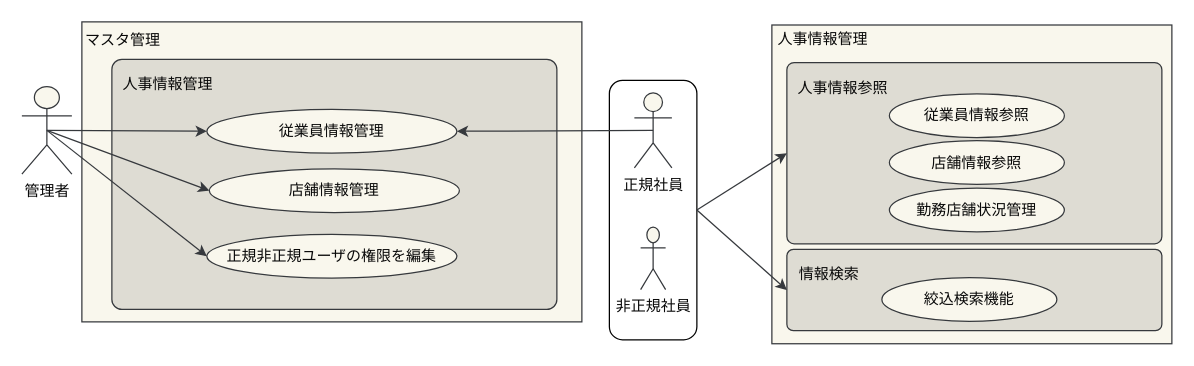
HaruShim/Sotuken keeps this draw.io diagram as page "人事管理_ユースケース図" (1 of 3) of 各種設計書/2ユースケース図_済/ユースケース図.drawio. Above is the earlier version. Source tidied: cells renumbered, new cells numbered last; positions are measured from the earlier drawing's top-left corner, leaving out a move shared by most shapes. Both pictures are drawn from the tidied source at 125%, with x=0, y=0 at pixel (21, 21).
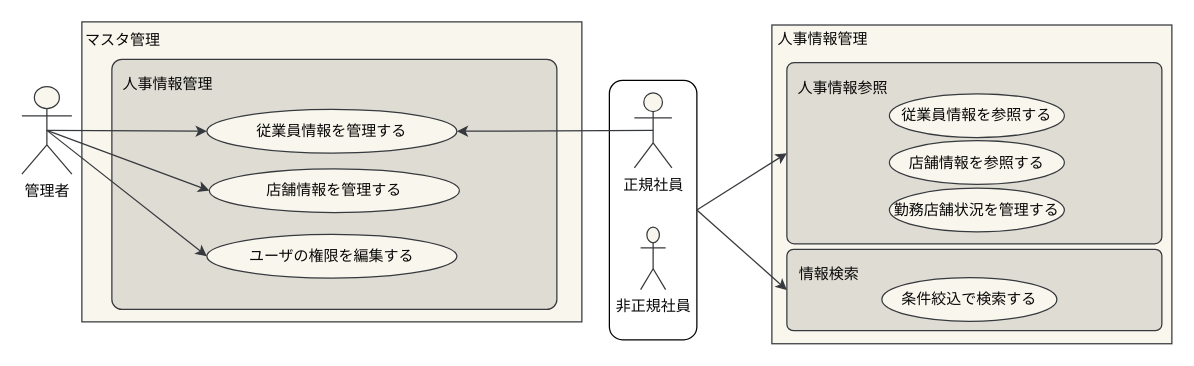
The same diagram, later.

The edit, as a diff of the source:
```diff
@@
-    <mxCell id="8" value="従業員情報参照" style="ellipse;whiteSpace=wrap;html=1;strokeColor=#36393d;fillColor=#f9f7ed;fontColor=#080808;" parent="1" vertex="1">
+    <mxCell id="8" value="従業員情報を参照する" style="ellipse;whiteSpace=wrap;html=1;strokeColor=#36393d;fillColor=#f9f7ed;fontColor=#080808;" parent="1" vertex="1">
       <mxGeometry x="694" y="57.5" width="140" height="35" as="geometry" />
     </mxCell>
@@
-    <mxCell id="10" value="店舗情報参照" style="ellipse;whiteSpace=wrap;html=1;strokeColor=#36393d;fillColor=#f9f7ed;fontColor=#080808;" parent="1" vertex="1">
+    <mxCell id="10" value="店舗情報を参照する" style="ellipse;whiteSpace=wrap;html=1;strokeColor=#36393d;fillColor=#f9f7ed;fontColor=#080808;" parent="1" vertex="1">
       <mxGeometry x="694" y="95" width="140" height="35" as="geometry" />
     </mxCell>
@@
-    <mxCell id="15" value="従業員情報管理" style="ellipse;whiteSpace=wrap;html=1;strokeColor=#36393d;fillColor=#f9f7ed;fontColor=#080808;" parent="1" vertex="1">
+    <mxCell id="15" value="従業員情報を管理する" style="ellipse;whiteSpace=wrap;html=1;strokeColor=#36393d;fillColor=#f9f7ed;fontColor=#080808;" parent="1" vertex="1">
       <mxGeometry x="148" y="70" width="200" height="35" as="geometry" />
     </mxCell>
-    <mxCell id="16" value="店舗情報管理" style="ellipse;whiteSpace=wrap;html=1;strokeColor=#36393d;fillColor=#f9f7ed;fontColor=#080808;" parent="1" vertex="1">
+    <mxCell id="16" value="店舗情報を管理する" style="ellipse;whiteSpace=wrap;html=1;strokeColor=#36393d;fillColor=#f9f7ed;fontColor=#080808;" parent="1" vertex="1">
       <mxGeometry x="150" y="117.5" width="200" height="35" as="geometry" />
     </mxCell>
-    <mxCell id="17" value="正規非正規ユーザの権限を編集" style="ellipse;whiteSpace=wrap;html=1;strokeColor=#36393d;fillColor=#f9f7ed;fontColor=#080808;" parent="1" vertex="1">
+    <mxCell id="17" value="ユーザの権限を編集する" style="ellipse;whiteSpace=wrap;html=1;strokeColor=#36393d;fillColor=#f9f7ed;fontColor=#080808;" parent="1" vertex="1">
       <mxGeometry x="148" y="170" width="200" height="35" as="geometry" />
     </mxCell>
@@
-    <mxCell id="19" value="勤務店舗状況管理" style="ellipse;whiteSpace=wrap;html=1;strokeColor=#36393d;fillColor=#f9f7ed;fontColor=#080808;" parent="1" vertex="1">
+    <mxCell id="19" value="勤務店舗状況を管理する" style="ellipse;whiteSpace=wrap;html=1;strokeColor=#36393d;fillColor=#f9f7ed;fontColor=#080808;" parent="1" vertex="1">
       <mxGeometry x="694" y="133" width="140" height="35" as="geometry" />
     </mxCell>
@@
-    <mxCell id="25" value="絞込検索機能" style="ellipse;whiteSpace=wrap;html=1;strokeColor=#36393d;fillColor=#f9f7ed;fontColor=#080808;" parent="1" vertex="1">
+    <mxCell id="25" value="条件絞込で検索する" style="ellipse;whiteSpace=wrap;html=1;strokeColor=#36393d;fillColor=#f9f7ed;fontColor=#080808;" parent="1" vertex="1">
       <mxGeometry x="688" y="204.5" width="140" height="35" as="geometry" />
     </mxCell>
```
